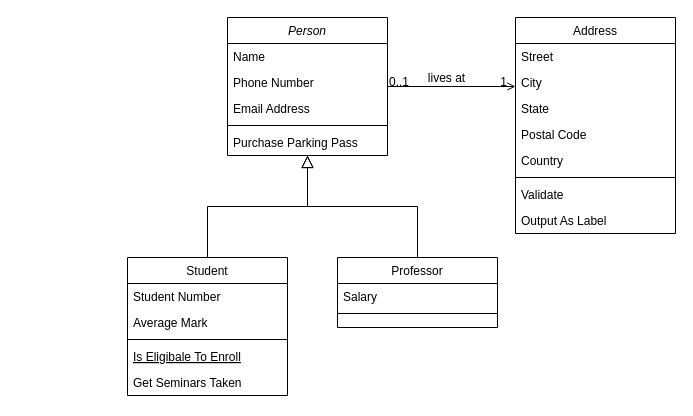
Earlier version of the draw.io diagram Act 14 vuelos.drawio (CynthiaMaldonadoR/hello-world). Source tidied: cells renumbered, new cells numbered last; positions are measured from the earlier drawing's top-left corner, leaving out a move shared by most shapes. Both pictures are drawn from the tidied source at 100%, with x=0, y=0 at pixel (127, 17).
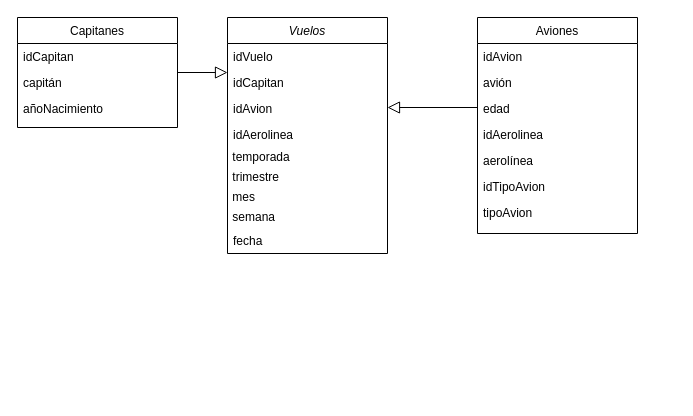
After the change.

The edit, as a diff of the source:
```diff
@@
-    <mxCell id="2" value="Person" style="swimlane;fontStyle=2;align=center;verticalAlign=top;horizontal=1;startSize=26;rounded=0;shadow=0;strokeWidth=1;" parent="1" vertex="1">
-      <mxGeometry x="100" width="160" height="138" as="geometry" />
+    <mxCell id="2" value="Vuelos" style="swimlane;fontStyle=2;align=center;verticalAlign=top;horizontal=1;startSize=26;rounded=0;shadow=0;strokeWidth=1;" parent="1" vertex="1">
+      <mxGeometry x="100" width="160" height="236" as="geometry" />
     </mxCell>
-    <mxCell id="3" value="Name" style="text;align=left;verticalAlign=top;spacingLeft=4;spacingRight=4;overflow=hidden;" parent="2" vertex="1">
+    <mxCell id="3" value="idVuelo" style="text;align=left;verticalAlign=top;spacingLeft=4;spacingRight=4;overflow=hidden;" parent="2" vertex="1">
       <mxGeometry y="26" width="160" height="26" as="geometry" />
     </mxCell>
-    <mxCell id="4" value="Phone Number" style="text;align=left;verticalAlign=top;spacingLeft=4;spacingRight=4;overflow=hidden;rounded=0;shadow=0;html=0;" parent="2" vertex="1">
+    <mxCell id="4" value="idCapitan" style="text;align=left;verticalAlign=top;spacingLeft=4;spacingRight=4;overflow=hidden;rounded=0;shadow=0;html=0;" parent="2" vertex="1">
       <mxGeometry y="52" width="160" height="26" as="geometry" />
     </mxCell>
-    <mxCell id="5" value="Email Address" style="text;align=left;verticalAlign=top;spacingLeft=4;spacingRight=4;overflow=hidden;rounded=0;shadow=0;html=0;" parent="2" vertex="1">
+    <mxCell id="5" value="idAvion" style="text;align=left;verticalAlign=top;spacingLeft=4;spacingRight=4;overflow=hidden;rounded=0;shadow=0;html=0;" parent="2" vertex="1">
       <mxGeometry y="78" width="160" height="26" as="geometry" />
     </mxCell>
-    <mxCell id="6" style="line;html=1;strokeWidth=1;align=left;verticalAlign=middle;spacingTop=-1;spacingLeft=3;spacingRight=3;labelPosition=right;" parent="2" vertex="1">
-      <mxGeometry y="104" width="160" height="8" as="geometry" />
-    </mxCell>
+    <mxCell id="16" value="idAerolinea" style="text;align=left;verticalAlign=top;spacingLeft=4;spacingRight=4;overflow=hidden;" parent="2" vertex="1">
+      <mxGeometry y="104" width="160" height="26" as="geometry" />
+    </mxCell>
+    <mxCell id="32" value="&amp;nbsp;temporada" style="text;html=1;strokeColor=none;fillColor=none;align=left;verticalAlign=middle;whiteSpace=wrap;rounded=0;" parent="2" vertex="1">
+      <mxGeometry y="130" width="160" height="20" as="geometry" />
+    </mxCell>
+    <mxCell id="33" value="&amp;nbsp;trimestre" style="text;html=1;strokeColor=none;fillColor=none;align=left;verticalAlign=middle;whiteSpace=wrap;rounded=0;" parent="2" vertex="1">
+      <mxGeometry y="150" width="160" height="20" as="geometry" />
+    </mxCell>
+    <mxCell id="34" value="&amp;nbsp;mes" style="text;html=1;strokeColor=none;fillColor=none;align=left;verticalAlign=middle;whiteSpace=wrap;rounded=0;" parent="2" vertex="1">
+      <mxGeometry y="170" width="160" height="20" as="geometry" />
+    </mxCell>
+    <mxCell id="35" value="&amp;nbsp;semana" style="text;html=1;strokeColor=none;fillColor=none;align=left;verticalAlign=middle;whiteSpace=wrap;rounded=0;" parent="2" vertex="1">
+      <mxGeometry y="190" width="160" height="20" as="geometry" />
+    </mxCell>
-    <mxCell id="7" value="Purchase Parking Pass" style="text;align=left;verticalAlign=top;spacingLeft=4;spacingRight=4;overflow=hidden;" parent="2" vertex="1">
-      <mxGeometry y="112" width="160" height="26" as="geometry" />
+    <mxCell id="7" value="fecha" style="text;align=left;verticalAlign=top;spacingLeft=4;spacingRight=4;overflow=hidden;" parent="2" vertex="1">
+      <mxGeometry y="210" width="160" height="26" as="geometry" />
     </mxCell>
-    <mxCell id="8" value="Student" style="swimlane;fontStyle=0;align=center;verticalAlign=top;horizontal=1;startSize=26;rounded=0;shadow=0;strokeWidth=1;" parent="1" vertex="1">
-      <mxGeometry y="240" width="160" height="138" as="geometry" />
+    <mxCell id="8" value="Capitanes" style="swimlane;fontStyle=0;align=center;verticalAlign=top;horizontal=1;startSize=26;rounded=0;shadow=0;strokeWidth=1;" parent="1" vertex="1">
+      <mxGeometry x="-110" width="160" height="110" as="geometry" />
     </mxCell>
-    <mxCell id="9" value="Student Number" style="text;align=left;verticalAlign=top;spacingLeft=4;spacingRight=4;overflow=hidden;" parent="8" vertex="1">
+    <mxCell id="9" value="idCapitan" style="text;align=left;verticalAlign=top;spacingLeft=4;spacingRight=4;overflow=hidden;" parent="8" vertex="1">
       <mxGeometry y="26" width="160" height="26" as="geometry" />
     </mxCell>
-    <mxCell id="10" value="Average Mark" style="text;align=left;verticalAlign=top;spacingLeft=4;spacingRight=4;overflow=hidden;rounded=0;shadow=0;html=0;" parent="8" vertex="1">
+    <mxCell id="10" value="capitán" style="text;align=left;verticalAlign=top;spacingLeft=4;spacingRight=4;overflow=hidden;rounded=0;shadow=0;html=0;" parent="8" vertex="1">
       <mxGeometry y="52" width="160" height="26" as="geometry" />
     </mxCell>
-    <mxCell id="11" style="line;html=1;strokeWidth=1;align=left;verticalAlign=middle;spacingTop=-1;spacingLeft=3;spacingRight=3;labelPosition=right;" parent="8" vertex="1">
-      <mxGeometry y="78" width="160" height="8" as="geometry" />
-    </mxCell>
-    <mxCell id="12" value="Is Eligibale To Enroll" style="text;align=left;verticalAlign=top;spacingLeft=4;spacingRight=4;overflow=hidden;fontStyle=4;" parent="8" vertex="1">
-      <mxGeometry y="86" width="160" height="26" as="geometry" />
+    <mxCell id="12" value="añoNacimiento" style="text;align=left;verticalAlign=top;spacingLeft=4;spacingRight=4;overflow=hidden;fontStyle=0;" parent="8" vertex="1">
+      <mxGeometry y="78" width="160" height="26" as="geometry" />
     </mxCell>
-    <mxCell id="13" value="Get Seminars Taken" style="text;align=left;verticalAlign=top;spacingLeft=4;spacingRight=4;overflow=hidden;" parent="8" vertex="1">
-      <mxGeometry y="112" width="160" height="26" as="geometry" />
-    </mxCell>
     <mxCell id="14" style="endArrow=block;endSize=10;endFill=0;shadow=0;strokeWidth=1;rounded=0;edgeStyle=elbowEdgeStyle;elbow=vertical;" parent="1" edge="1" source="8" target="2">
-      <mxGeometry relative="1" as="geometry" />
+      <mxGeometry relative="1" as="geometry">
+        <Array as="points">
+          <mxPoint x="10" y="80" />
+        </Array>
+      </mxGeometry>
     </mxCell>
-    <mxCell id="15" value="Professor" style="swimlane;fontStyle=0;align=center;verticalAlign=top;horizontal=1;startSize=26;rounded=0;shadow=0;strokeWidth=1;" parent="1" vertex="1">
-      <mxGeometry x="210" y="240" width="160" height="70" as="geometry" />
-    </mxCell>
-    <mxCell id="16" value="Salary" style="text;align=left;verticalAlign=top;spacingLeft=4;spacingRight=4;overflow=hidden;" parent="15" vertex="1">
-      <mxGeometry y="26" width="160" height="26" as="geometry" />
-    </mxCell>
-    <mxCell id="17" style="line;html=1;strokeWidth=1;align=left;verticalAlign=middle;spacingTop=-1;spacingLeft=3;spacingRight=3;labelPosition=right;" parent="15" vertex="1">
-      <mxGeometry y="52" width="160" height="8" as="geometry" />
-    </mxCell>
-    <mxCell id="18" style="endArrow=block;endSize=10;endFill=0;shadow=0;strokeWidth=1;rounded=0;edgeStyle=elbowEdgeStyle;elbow=vertical;" parent="1" edge="1" source="15" target="2">
-      <mxGeometry relative="1" as="geometry" />
-    </mxCell>
-    <mxCell id="19" value="Address" style="swimlane;fontStyle=0;align=center;verticalAlign=top;horizontal=1;startSize=26;rounded=0;shadow=0;strokeWidth=1;" parent="1" vertex="1">
-      <mxGeometry x="388" width="160" height="216" as="geometry" />
+    <mxCell id="19" value="Aviones" style="swimlane;fontStyle=0;align=center;verticalAlign=top;horizontal=1;startSize=26;rounded=0;shadow=0;strokeWidth=1;" parent="1" vertex="1">
+      <mxGeometry x="350" width="160" height="216" as="geometry" />
     </mxCell>
-    <mxCell id="20" value="Street" style="text;align=left;verticalAlign=top;spacingLeft=4;spacingRight=4;overflow=hidden;" parent="19" vertex="1">
+    <mxCell id="20" value="idAvion" style="text;align=left;verticalAlign=top;spacingLeft=4;spacingRight=4;overflow=hidden;" parent="19" vertex="1">
       <mxGeometry y="26" width="160" height="26" as="geometry" />
     </mxCell>
-    <mxCell id="21" value="City" style="text;align=left;verticalAlign=top;spacingLeft=4;spacingRight=4;overflow=hidden;rounded=0;shadow=0;html=0;" parent="19" vertex="1">
+    <mxCell id="21" value="avión" style="text;align=left;verticalAlign=top;spacingLeft=4;spacingRight=4;overflow=hidden;rounded=0;shadow=0;html=0;" parent="19" vertex="1">
       <mxGeometry y="52" width="160" height="26" as="geometry" />
     </mxCell>
-    <mxCell id="22" value="State" style="text;align=left;verticalAlign=top;spacingLeft=4;spacingRight=4;overflow=hidden;rounded=0;shadow=0;html=0;" parent="19" vertex="1">
+    <mxCell id="22" value="edad" style="text;align=left;verticalAlign=top;spacingLeft=4;spacingRight=4;overflow=hidden;rounded=0;shadow=0;html=0;" parent="19" vertex="1">
       <mxGeometry y="78" width="160" height="26" as="geometry" />
     </mxCell>
-    <mxCell id="23" value="Postal Code" style="text;align=left;verticalAlign=top;spacingLeft=4;spacingRight=4;overflow=hidden;rounded=0;shadow=0;html=0;" parent="19" vertex="1">
+    <mxCell id="23" value="idAerolinea" style="text;align=left;verticalAlign=top;spacingLeft=4;spacingRight=4;overflow=hidden;rounded=0;shadow=0;html=0;" parent="19" vertex="1">
       <mxGeometry y="104" width="160" height="26" as="geometry" />
     </mxCell>
-    <mxCell id="24" value="Country" style="text;align=left;verticalAlign=top;spacingLeft=4;spacingRight=4;overflow=hidden;rounded=0;shadow=0;html=0;" parent="19" vertex="1">
+    <mxCell id="24" value="aerolínea" style="text;align=left;verticalAlign=top;spacingLeft=4;spacingRight=4;overflow=hidden;rounded=0;shadow=0;html=0;" parent="19" vertex="1">
       <mxGeometry y="130" width="160" height="26" as="geometry" />
     </mxCell>
-    <mxCell id="25" style="line;html=1;strokeWidth=1;align=left;verticalAlign=middle;spacingTop=-1;spacingLeft=3;spacingRight=3;labelPosition=right;" parent="19" vertex="1">
-      <mxGeometry y="156" width="160" height="8" as="geometry" />
-    </mxCell>
+    <mxCell id="27" value="idTipoAvion" style="text;align=left;verticalAlign=top;spacingLeft=4;spacingRight=4;overflow=hidden;" parent="19" vertex="1">
+      <mxGeometry y="156" width="160" height="26" as="geometry" />
+    </mxCell>
-    <mxCell id="26" value="Validate" style="text;align=left;verticalAlign=top;spacingLeft=4;spacingRight=4;overflow=hidden;" parent="19" vertex="1">
-      <mxGeometry y="164" width="160" height="26" as="geometry" />
+    <mxCell id="26" value="tipoAvion" style="text;align=left;verticalAlign=top;spacingLeft=4;spacingRight=4;overflow=hidden;" parent="19" vertex="1">
+      <mxGeometry y="182" width="160" height="26" as="geometry" />
     </mxCell>
-    <mxCell id="27" value="Output As Label" style="text;align=left;verticalAlign=top;spacingLeft=4;spacingRight=4;overflow=hidden;" parent="19" vertex="1">
-      <mxGeometry y="190" width="160" height="26" as="geometry" />
-    </mxCell>
-    <mxCell id="28" style="endArrow=open;shadow=0;strokeWidth=1;rounded=0;endFill=1;edgeStyle=elbowEdgeStyle;elbow=vertical;" parent="1" edge="1" source="2" target="19">
-      <mxGeometry x="0.5" y="41" relative="1" as="geometry">
-        <mxPoint x="-40" y="32" as="offset" />
-      </mxGeometry>
-    </mxCell>
-    <mxCell id="29" value="0..1" style="align=left;verticalAlign=bottom;labelBackgroundColor=none;fontSize=12;" parent="28" vertex="1">
-      <mxGeometry x="-1" relative="1" as="geometry">
-        <mxPoint y="4" as="offset" />
-      </mxGeometry>
-    </mxCell>
-    <mxCell id="30" value="1" style="align=right;verticalAlign=bottom;labelBackgroundColor=none;fontSize=12;" parent="28" vertex="1">
-      <mxGeometry x="1" relative="1" as="geometry">
-        <mxPoint x="-7" y="4" as="offset" />
-      </mxGeometry>
-    </mxCell>
-    <mxCell id="31" value="lives at" style="text;html=1;align=center;verticalAlign=middle;labelBackgroundColor=none;rounded=0;shadow=0;strokeWidth=1;fontSize=12;" parent="28" vertex="1">
-      <mxGeometry x="0.5" y="49" relative="1" as="geometry">
-        <mxPoint x="-38" y="40" as="offset" />
-      </mxGeometry>
-    </mxCell>
+    <mxCell id="36" style="endArrow=block;endSize=10;endFill=0;shadow=0;strokeWidth=1;rounded=0;edgeStyle=elbowEdgeStyle;elbow=vertical;" parent="1" edge="1">
+      <mxGeometry relative="1" as="geometry">
+        <mxPoint x="350" y="65" as="sourcePoint" />
+        <mxPoint x="260" y="90" as="targetPoint" />
+        <Array as="points">
+          <mxPoint x="340" y="90" />
+        </Array>
+      </mxGeometry>
+    </mxCell>
```
